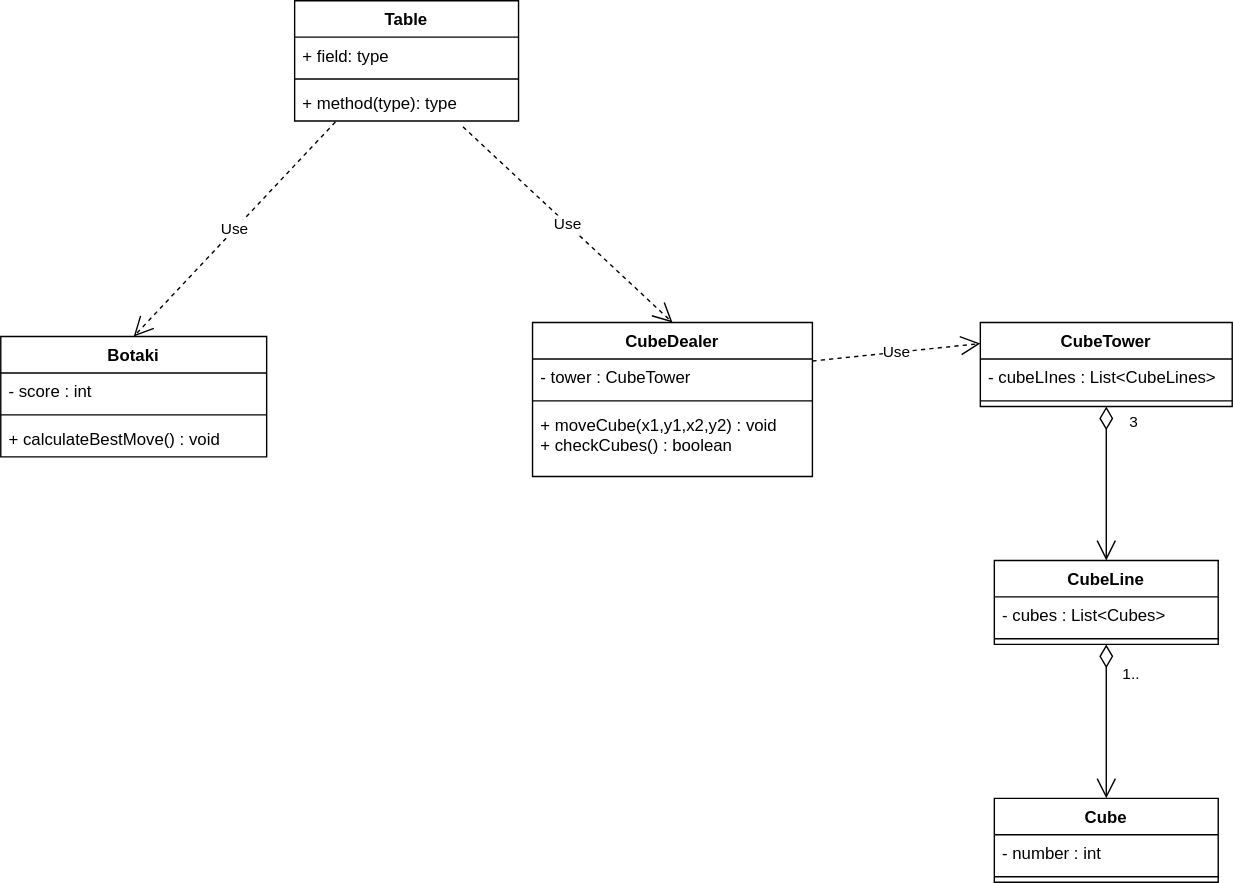
Earlier version of the draw.io export ask1.drawio.svg (philipAthanasopoulos/Cube-io). Source tidied: cells renumbered, new cells last; positions are measured from the earlier drawing's top-left corner, leaving out a move shared by most shapes. The source it was exported from:
```xml
<mxGraphModel>
  <root>
    <mxCell id="0" />
    <mxCell id="1" parent="0" />
    <mxCell id="2" value="Cube" style="swimlane;fontStyle=1;align=center;verticalAlign=top;horizontal=1;startSize=26;" parent="1" vertex="1">
      <mxGeometry x="710" y="570" width="160" height="60" as="geometry" />
    </mxCell>
    <mxCell id="3" value="- number : int" style="text;strokeColor=none;fillColor=none;align=left;verticalAlign=top;spacingLeft=4;spacingRight=4;overflow=hidden;" parent="2" vertex="1">
      <mxGeometry y="26" width="160" height="26" as="geometry" />
    </mxCell>
    <mxCell id="4" style="line;strokeWidth=1;fillColor=none;align=left;verticalAlign=middle;spacingTop=-1;spacingLeft=3;spacingRight=3;labelPosition=right;strokeColor=inherit;" parent="2" vertex="1">
      <mxGeometry y="52" width="160" height="8" as="geometry" />
    </mxCell>
    <mxCell id="5" value="Botaki" style="swimlane;fontStyle=1;align=center;verticalAlign=top;horizontal=1;startSize=26;" parent="1" vertex="1">
      <mxGeometry y="240" width="190" height="86" as="geometry" />
    </mxCell>
    <mxCell id="6" value="- score : int" style="text;strokeColor=none;fillColor=none;align=left;verticalAlign=top;spacingLeft=4;spacingRight=4;overflow=hidden;" parent="5" vertex="1">
      <mxGeometry y="26" width="190" height="26" as="geometry" />
    </mxCell>
    <mxCell id="7" style="line;strokeWidth=1;fillColor=none;align=left;verticalAlign=middle;spacingTop=-1;spacingLeft=3;spacingRight=3;labelPosition=right;strokeColor=inherit;" parent="5" vertex="1">
      <mxGeometry y="52" width="190" height="8" as="geometry" />
    </mxCell>
    <mxCell id="8" value="+ calculateBestMove() : void" style="text;strokeColor=none;fillColor=none;align=left;verticalAlign=top;spacingLeft=4;spacingRight=4;overflow=hidden;" parent="5" vertex="1">
      <mxGeometry y="60" width="190" height="26" as="geometry" />
    </mxCell>
    <mxCell id="9" value="Table&#10;" style="swimlane;fontStyle=1;align=center;verticalAlign=top;horizontal=1;startSize=26;" parent="1" vertex="1">
      <mxGeometry x="210" width="160" height="86" as="geometry" />
    </mxCell>
    <mxCell id="10" value="+ field: type" style="text;strokeColor=none;fillColor=none;align=left;verticalAlign=top;spacingLeft=4;spacingRight=4;overflow=hidden;" parent="9" vertex="1">
      <mxGeometry y="26" width="160" height="26" as="geometry" />
    </mxCell>
    <mxCell id="11" style="line;strokeWidth=1;fillColor=none;align=left;verticalAlign=middle;spacingTop=-1;spacingLeft=3;spacingRight=3;labelPosition=right;strokeColor=inherit;" parent="9" vertex="1">
      <mxGeometry y="52" width="160" height="8" as="geometry" />
    </mxCell>
    <mxCell id="12" value="+ method(type): type" style="text;strokeColor=none;fillColor=none;align=left;verticalAlign=top;spacingLeft=4;spacingRight=4;overflow=hidden;points=[[0,0.5],[1,0.5]];portConstraint=eastwest;" parent="9" vertex="1">
      <mxGeometry y="60" width="160" height="26" as="geometry" />
    </mxCell>
    <mxCell id="13" value="Use" style="endArrow=open;endSize=12;dashed=1;html=1;exitX=0.182;exitY=1.026;exitDx=0;exitDy=0;exitPerimeter=0;entryX=0.5;entryY=0;entryDx=0;entryDy=0;entryPerimeter=0;" parent="1" edge="1" source="12" target="5">
      <mxGeometry relative="1" as="geometry" />
    </mxCell>
    <mxCell id="14" value="CubeLine" style="swimlane;fontStyle=1;align=center;verticalAlign=top;horizontal=1;startSize=26;" parent="1" vertex="1">
      <mxGeometry x="710" y="400" width="160" height="60" as="geometry" />
    </mxCell>
    <mxCell id="15" value="- cubes : List&lt;Cubes&gt;" style="text;strokeColor=none;fillColor=none;align=left;verticalAlign=top;spacingLeft=4;spacingRight=4;overflow=hidden;" parent="14" vertex="1">
      <mxGeometry y="26" width="160" height="26" as="geometry" />
    </mxCell>
    <mxCell id="16" style="line;strokeWidth=1;fillColor=none;align=left;verticalAlign=middle;spacingTop=-1;spacingLeft=3;spacingRight=3;labelPosition=right;strokeColor=inherit;" parent="14" vertex="1">
      <mxGeometry y="52" width="160" height="8" as="geometry" />
    </mxCell>
    <mxCell id="17" value="CubeDealer" style="swimlane;fontStyle=1;align=center;verticalAlign=top;horizontal=1;startSize=26;" parent="1" vertex="1">
      <mxGeometry x="380" y="230" width="200" height="110" as="geometry" />
    </mxCell>
    <mxCell id="18" value="- tower : CubeTower" style="text;strokeColor=none;fillColor=none;align=left;verticalAlign=top;spacingLeft=4;spacingRight=4;overflow=hidden;" parent="17" vertex="1">
      <mxGeometry y="26" width="200" height="26" as="geometry" />
    </mxCell>
    <mxCell id="19" style="line;strokeWidth=1;fillColor=none;align=left;verticalAlign=middle;spacingTop=-1;spacingLeft=3;spacingRight=3;labelPosition=right;strokeColor=inherit;" parent="17" vertex="1">
      <mxGeometry y="52" width="200" height="8" as="geometry" />
    </mxCell>
    <mxCell id="20" value="+ moveCube(x1,y1,x2,y2) : void&#10;+ checkCubes() : boolean" style="text;strokeColor=none;fillColor=none;align=left;verticalAlign=top;spacingLeft=4;spacingRight=4;overflow=hidden;" parent="17" vertex="1">
      <mxGeometry y="60" width="200" height="50" as="geometry" />
    </mxCell>
    <mxCell id="21" value="Use" style="endArrow=open;endSize=12;dashed=1;html=1;exitX=0.752;exitY=1.16;exitDx=0;exitDy=0;exitPerimeter=0;entryX=0.5;entryY=0;entryDx=0;entryDy=0;" parent="1" edge="1" source="12" target="17">
      <mxGeometry relative="1" as="geometry" />
    </mxCell>
    <mxCell id="22" value="1.." style="endArrow=open;html=1;endSize=12;startArrow=diamondThin;startSize=14;startFill=0;edgeStyle=orthogonalEdgeStyle;align=left;verticalAlign=bottom;entryX=0.5;entryY=0;entryDx=0;entryDy=0;exitX=0.5;exitY=1;exitDx=0;exitDy=0;" parent="1" edge="1" source="14" target="2">
      <mxGeometry x="-0.45" y="10" relative="1" as="geometry" />
    </mxCell>
    <mxCell id="23" value="Use" style="endArrow=open;endSize=12;dashed=1;html=1;exitX=1;exitY=0.25;exitDx=0;exitDy=0;entryX=0;entryY=0.25;entryDx=0;entryDy=0;" parent="1" edge="1" source="17" target="24">
      <mxGeometry relative="1" as="geometry" />
    </mxCell>
    <mxCell id="24" value="CubeTower" style="swimlane;fontStyle=1;align=center;verticalAlign=top;horizontal=1;startSize=26;" parent="1" vertex="1">
      <mxGeometry x="700" y="230" width="180" height="60" as="geometry" />
    </mxCell>
    <mxCell id="25" value="- cubeLInes : List&lt;CubeLines&gt;" style="text;strokeColor=none;fillColor=none;align=left;verticalAlign=top;spacingLeft=4;spacingRight=4;overflow=hidden;" parent="24" vertex="1">
      <mxGeometry y="26" width="180" height="26" as="geometry" />
    </mxCell>
    <mxCell id="26" style="line;strokeWidth=1;fillColor=none;align=left;verticalAlign=middle;spacingTop=-1;spacingLeft=3;spacingRight=3;labelPosition=right;strokeColor=inherit;" parent="24" vertex="1">
      <mxGeometry y="52" width="180" height="8" as="geometry" />
    </mxCell>
    <mxCell id="27" value="3&lt;br&gt;" style="endArrow=open;html=1;endSize=12;startArrow=diamondThin;startSize=14;startFill=0;edgeStyle=orthogonalEdgeStyle;align=left;verticalAlign=bottom;exitX=0.5;exitY=1;exitDx=0;exitDy=0;entryX=0.5;entryY=0;entryDx=0;entryDy=0;" parent="1" edge="1" source="24" target="14">
      <mxGeometry x="-0.64" y="15" relative="1" as="geometry" />
    </mxCell>
  </root>
</mxGraphModel>
```
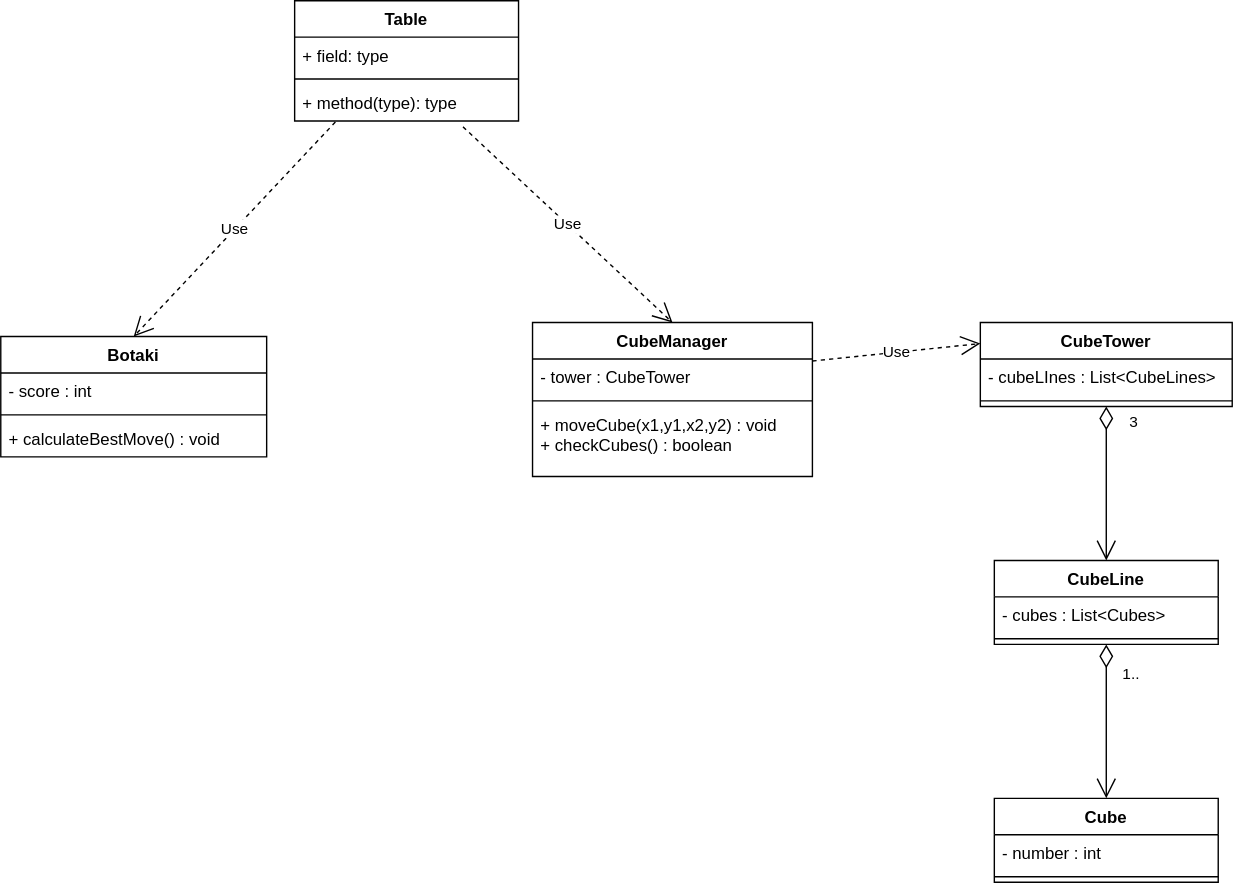
After the change.

Commit message:
renamed CubeDealer to CubeManager

The edit, as a diff of the source:
```diff
@@ -47,7 +47,7 @@
     <mxCell id="16" style="line;strokeWidth=1;fillColor=none;align=left;verticalAlign=middle;spacingTop=-1;spacingLeft=3;spacingRight=3;labelPosition=right;strokeColor=inherit;" parent="14" vertex="1">
       <mxGeometry y="52" width="160" height="8" as="geometry" />
     </mxCell>
-    <mxCell id="17" value="CubeDealer" style="swimlane;fontStyle=1;align=center;verticalAlign=top;horizontal=1;startSize=26;" parent="1" vertex="1">
+    <mxCell id="17" value="CubeManager" style="swimlane;fontStyle=1;align=center;verticalAlign=top;horizontal=1;startSize=26;" parent="1" vertex="1">
       <mxGeometry x="380" y="230" width="200" height="110" as="geometry" />
     </mxCell>
     <mxCell id="18" value="- tower : CubeTower" style="text;strokeColor=none;fillColor=none;align=left;verticalAlign=top;spacingLeft=4;spacingRight=4;overflow=hidden;" parent="17" vertex="1">
```
